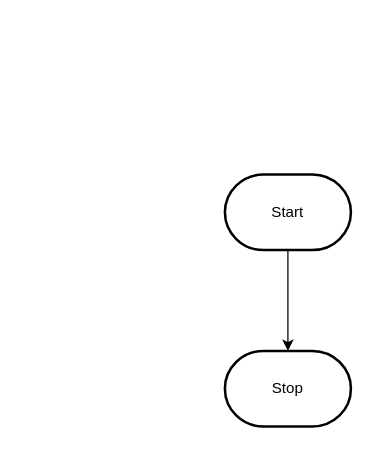
The draw.io diagram design/flowchart.drawio in MTHS-ICD2O-1-2024/ICD2O-Final-Project-catherine.vu, before the edit. Source tidied: cells renumbered, new cells numbered last; positions are measured from the earlier drawing's top-left corner, leaving out a move shared by most shapes. Both pictures are drawn from the tidied source at 126%, with x=0, y=0 at pixel (224, 174).
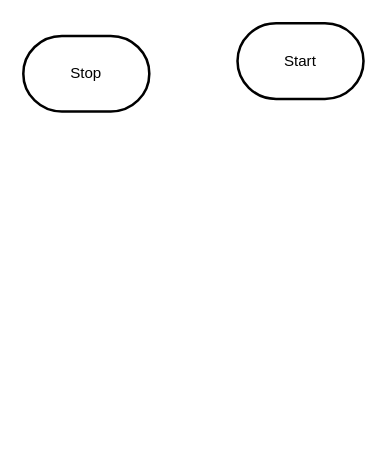
After the change.

What changed in the source:
```diff
@@
 <mxGraphModel>
   <root>
     <mxCell id="0" />
     <mxCell id="1" parent="0" />
-    <mxCell id="2" style="edgeStyle=orthogonalEdgeStyle;html=1;rounded=0;" parent="1" edge="1" source="3" target="4">
-      <mxGeometry relative="1" as="geometry" />
-    </mxCell>
     <mxCell id="3" value="Start" style="strokeWidth=2;html=1;shape=mxgraph.flowchart.terminator;whiteSpace=wrap;" parent="1" vertex="1">
-      <mxGeometry width="100" height="60" as="geometry" />
+      <mxGeometry x="10" y="-120" width="100" height="60" as="geometry" />
     </mxCell>
     <mxCell id="4" value="Stop" style="strokeWidth=2;html=1;shape=mxgraph.flowchart.terminator;whiteSpace=wrap;" parent="1" vertex="1">
-      <mxGeometry y="140" width="100" height="60" as="geometry" />
+      <mxGeometry x="-160" y="-110" width="100" height="60" as="geometry" />
     </mxCell>
   </root>
 </mxGraphModel>
```
